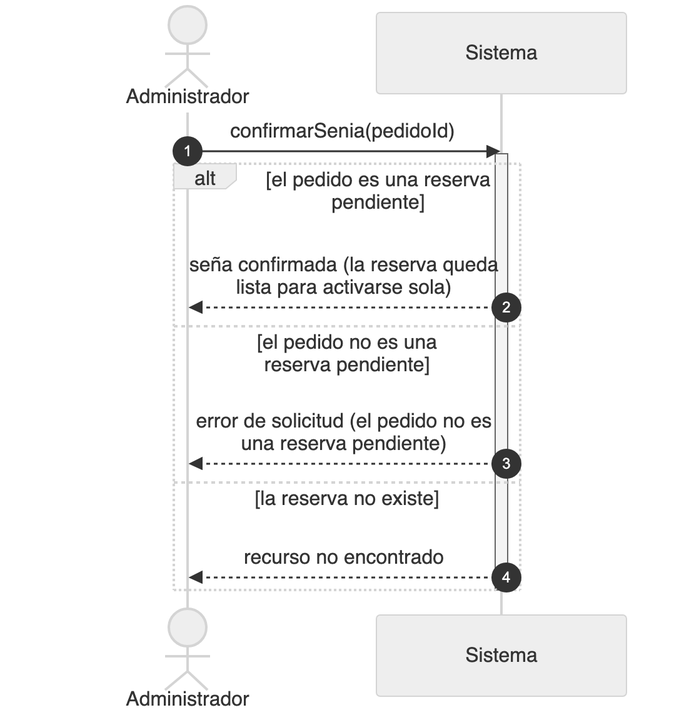
Nahuelito-Dev/splg-docs keeps this Mermaid diagram as diagramas/png/DSS_CU-074_Confirmar-Sena-Cobrada-En-Efectivo.png. Above is the earlier version. Its source is kept beside it as diagramas/DSS_CU-074_Confirmar-Sena-Cobrada-En-Efectivo.mmd.
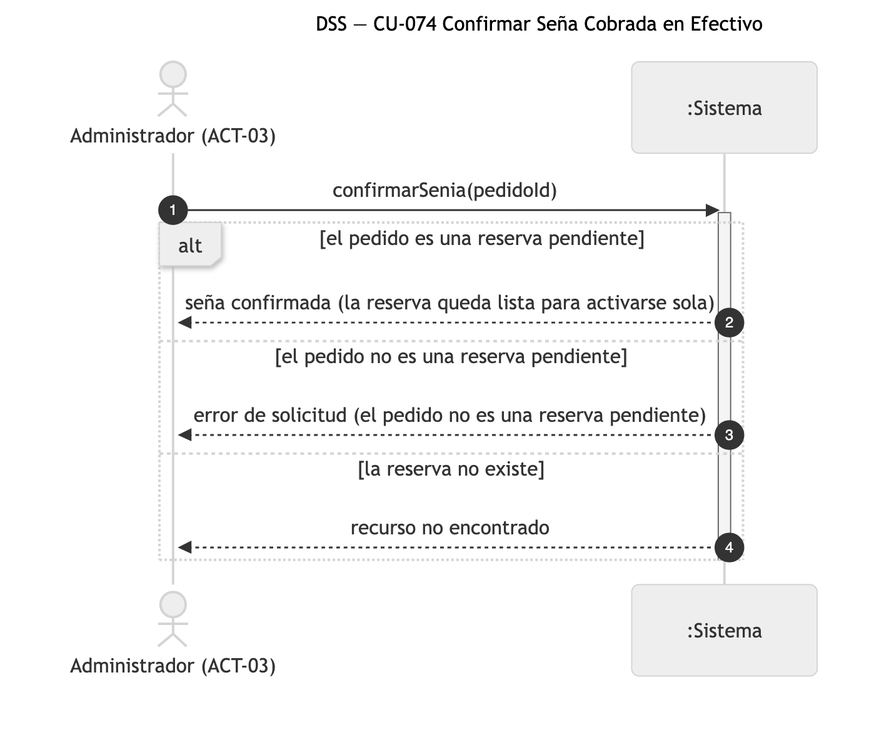
Above is the later version.

What changed in the source:
```diff
@@ -1,8 +1,8 @@
 sequenceDiagram
-    title DSS — CU-074 Confirmar Sena Cobrada En Efectivo
+    title DSS — CU-074 Confirmar Seña Cobrada en Efectivo
     autonumber
-    actor ADM as Administrador
-    participant SIS as Sistema
+    actor ADM as Administrador (ACT-03)
+    participant SIS as :Sistema
 
     ADM->>SIS: confirmarSenia(pedidoId)
     activate SIS
```
